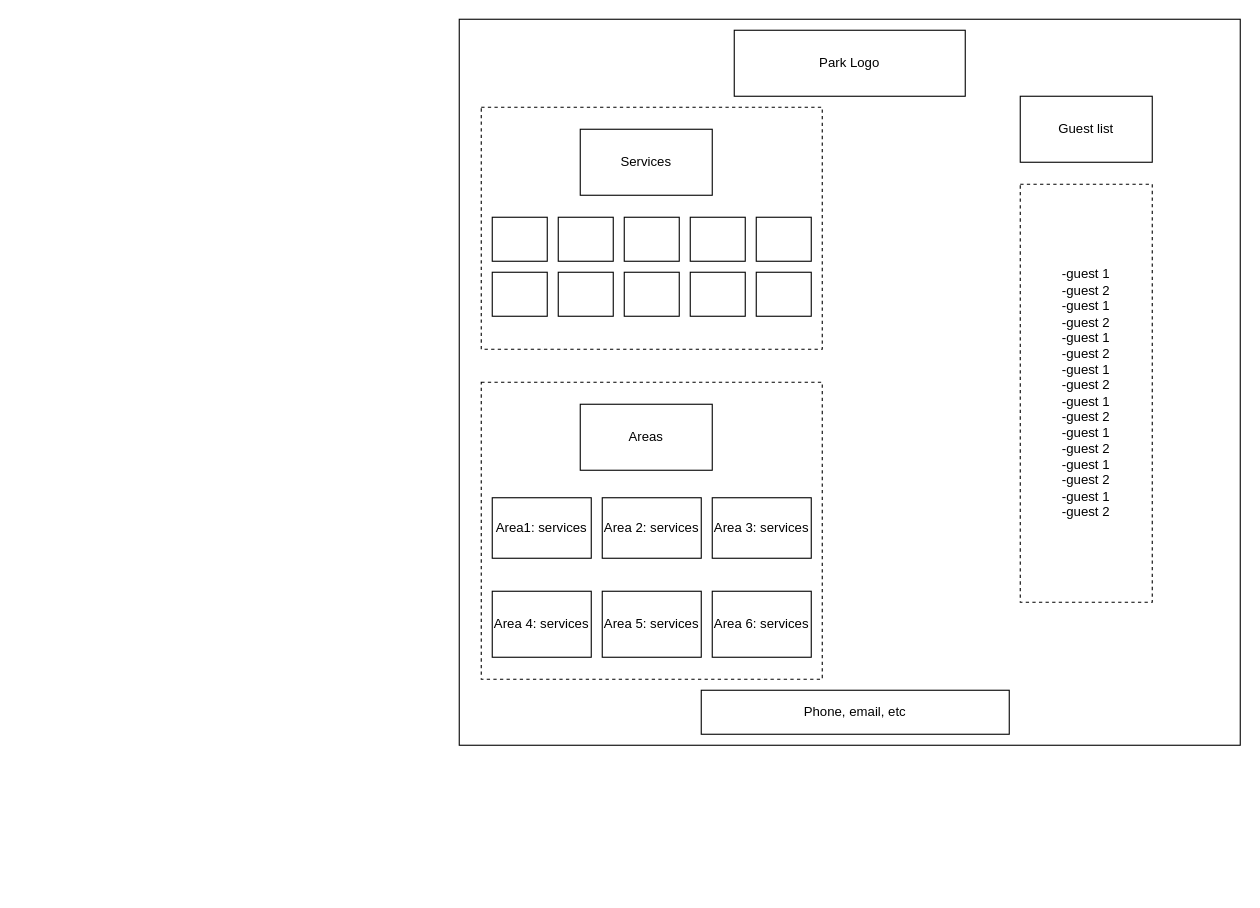
Before: website layout.drawio in nss-day-cohort-72/book-4-group-project-cider-falls-mtv-stars, a draw.io diagram. Source tidied: cells renumbered, new cells numbered last; positions are measured from the earlier drawing's top-left corner, leaving out a move shared by most shapes. Both pictures are drawn from the tidied source at 110%, with x=0, y=0 at pixel (459, 19).
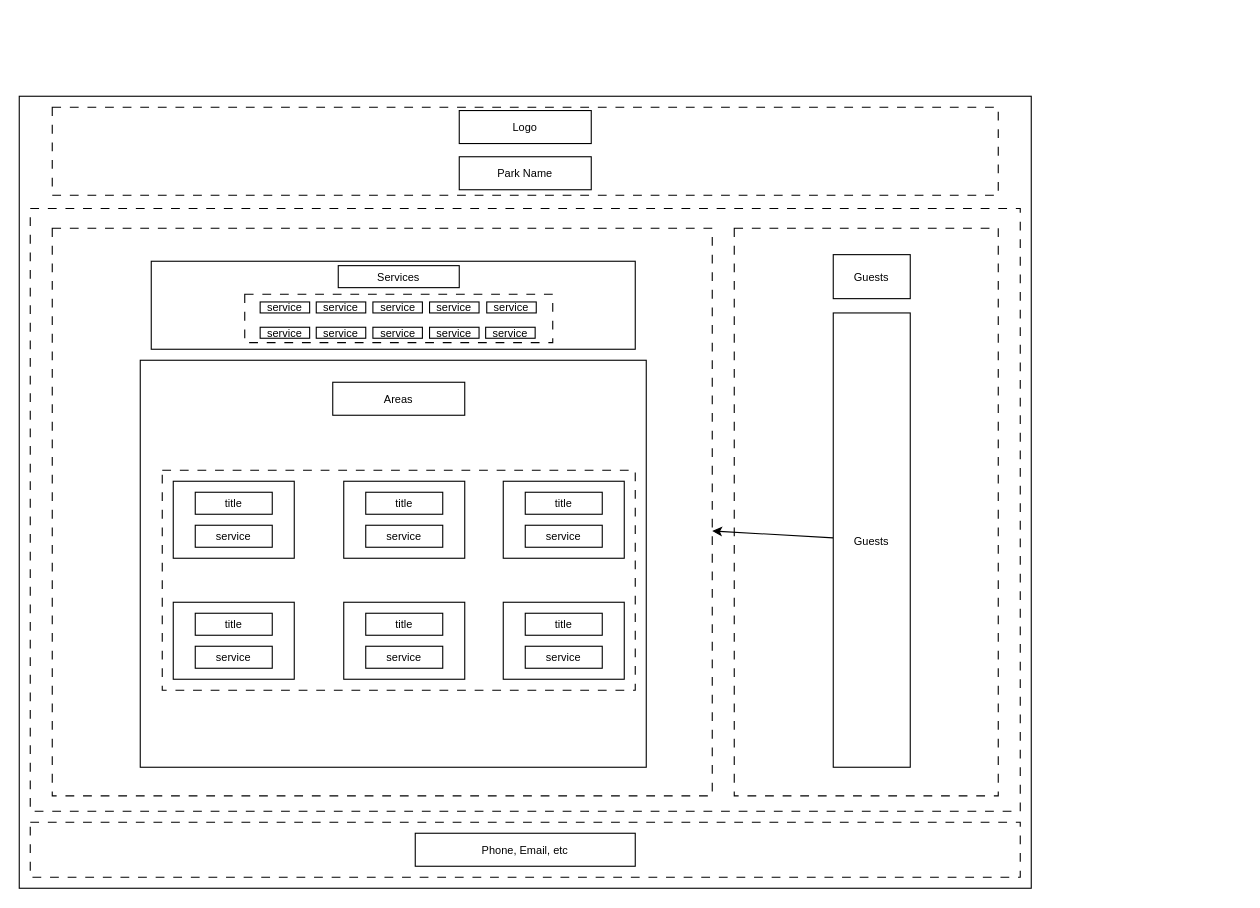
The same diagram, later.

The edit, as a diff of the source:
```diff
@@
-    <mxCell id="2" style="whiteSpace=wrap;html=1;" parent="1" vertex="1">
-      <mxGeometry width="710" height="660" as="geometry" />
-    </mxCell>
-    <mxCell id="3" style="whiteSpace=wrap;html=1;dashed=1;" parent="1" vertex="1">
-      <mxGeometry x="20" y="80" width="310" height="220" as="geometry" />
-    </mxCell>
-    <mxCell id="4" style="whiteSpace=wrap;html=1;dashed=1;" parent="1" vertex="1">
-      <mxGeometry x="20" y="330" width="310" height="270" as="geometry" />
-    </mxCell>
+    <mxCell id="27" style="whiteSpace=wrap;html=1;fontSize=10;" parent="1" vertex="1">
+      <mxGeometry x="-400" y="70" width="920" height="720" as="geometry" />
+    </mxCell>
+    <mxCell id="28" style="whiteSpace=wrap;html=1;dashed=1;dashPattern=8 8;fontSize=10;" parent="1" vertex="1">
+      <mxGeometry x="-390" y="730" width="900" height="50" as="geometry" />
+    </mxCell>
+    <mxCell id="29" style="whiteSpace=wrap;html=1;dashed=1;dashPattern=8 8;fontSize=10;" parent="1" vertex="1">
+      <mxGeometry x="-390" y="172" width="900" height="548" as="geometry" />
+    </mxCell>
+    <mxCell id="30" style="whiteSpace=wrap;html=1;dashed=1;dashPattern=8 8;fontSize=10;" parent="1" vertex="1">
+      <mxGeometry x="250" y="190" width="240" height="516" as="geometry" />
+    </mxCell>
+    <mxCell id="31" style="whiteSpace=wrap;html=1;dashed=1;dashPattern=8 8;fontSize=10;" parent="1" vertex="1">
+      <mxGeometry x="-370" y="190" width="600" height="516" as="geometry" />
+    </mxCell>
+    <mxCell id="32" style="whiteSpace=wrap;html=1;dashed=1;dashPattern=8 8;fontSize=10;" parent="1" vertex="1">
+      <mxGeometry x="-370" y="80" width="860" height="80" as="geometry" />
+    </mxCell>
+    <mxCell id="33" style="whiteSpace=wrap;html=1;fontSize=10;" parent="1" vertex="1">
+      <mxGeometry x="-280" y="220" width="440" height="80" as="geometry" />
+    </mxCell>
+    <mxCell id="34" value="Logo" style="whiteSpace=wrap;html=1;fontSize=10;" parent="1" vertex="1">
+      <mxGeometry y="83" width="120" height="30" as="geometry" />
+    </mxCell>
+    <mxCell id="35" value="Park Name" style="whiteSpace=wrap;html=1;fontSize=10;" parent="1" vertex="1">
+      <mxGeometry y="125" width="120" height="30" as="geometry" />
+    </mxCell>
+    <mxCell id="36" style="whiteSpace=wrap;html=1;fontSize=10;" parent="1" vertex="1">
+      <mxGeometry x="-290" y="310" width="460" height="370" as="geometry" />
+    </mxCell>
+    <mxCell id="37" style="whiteSpace=wrap;html=1;fontSize=10;dashed=1;dashPattern=8 8;" parent="1" vertex="1">
+      <mxGeometry x="-270" y="410" width="430" height="200" as="geometry" />
+    </mxCell>
+    <mxCell id="38" value="Phone, Email, etc" style="whiteSpace=wrap;html=1;fontSize=10;" parent="1" vertex="1">
+      <mxGeometry x="-40" y="740" width="200" height="30" as="geometry" />
+    </mxCell>
+    <mxCell id="39" value="Guests" style="whiteSpace=wrap;html=1;fontSize=10;" parent="1" vertex="1">
+      <mxGeometry x="340" y="214" width="70" height="40" as="geometry" />
+    </mxCell>
+    <mxCell id="40" style="edgeStyle=none;html=1;" parent="1" edge="1" source="41" target="31">
+      <mxGeometry relative="1" as="geometry" />
+    </mxCell>
+    <mxCell id="41" value="Guests" style="whiteSpace=wrap;html=1;fontSize=10;" parent="1" vertex="1">
+      <mxGeometry x="340" y="267" width="70" height="413" as="geometry" />
+    </mxCell>
+    <mxCell id="7" value="Areas" style="whiteSpace=wrap;html=1;fontSize=10;" parent="1" vertex="1">
+      <mxGeometry x="-115" y="330" width="120" height="30" as="geometry" />
+    </mxCell>
+    <mxCell id="42" style="whiteSpace=wrap;html=1;fontSize=10;" parent="1" vertex="1">
+      <mxGeometry x="-260" y="420" width="110" height="70" as="geometry" />
+    </mxCell>
+    <mxCell id="43" value="title" style="whiteSpace=wrap;html=1;fontSize=10;" parent="1" vertex="1">
+      <mxGeometry x="-240" y="430" width="70" height="20" as="geometry" />
+    </mxCell>
+    <mxCell id="44" value="service" style="whiteSpace=wrap;html=1;fontSize=10;" parent="1" vertex="1">
+      <mxGeometry x="-240" y="460" width="70" height="20" as="geometry" />
+    </mxCell>
+    <mxCell id="45" style="whiteSpace=wrap;html=1;fontSize=10;" parent="1" vertex="1">
+      <mxGeometry x="-105" y="420" width="110" height="70" as="geometry" />
+    </mxCell>
+    <mxCell id="46" value="title" style="whiteSpace=wrap;html=1;fontSize=10;" parent="1" vertex="1">
+      <mxGeometry x="-85" y="430" width="70" height="20" as="geometry" />
+    </mxCell>
+    <mxCell id="47" value="service" style="whiteSpace=wrap;html=1;fontSize=10;" parent="1" vertex="1">
+      <mxGeometry x="-85" y="460" width="70" height="20" as="geometry" />
+    </mxCell>
+    <mxCell id="48" style="whiteSpace=wrap;html=1;fontSize=10;" parent="1" vertex="1">
+      <mxGeometry x="40" y="420" width="110" height="70" as="geometry" />
+    </mxCell>
+    <mxCell id="49" value="title" style="whiteSpace=wrap;html=1;fontSize=10;" parent="1" vertex="1">
+      <mxGeometry x="60" y="430" width="70" height="20" as="geometry" />
+    </mxCell>
+    <mxCell id="50" value="service" style="whiteSpace=wrap;html=1;fontSize=10;" parent="1" vertex="1">
+      <mxGeometry x="60" y="460" width="70" height="20" as="geometry" />
+    </mxCell>
+    <mxCell id="51" style="whiteSpace=wrap;html=1;fontSize=10;" parent="1" vertex="1">
+      <mxGeometry x="-260" y="530" width="110" height="70" as="geometry" />
+    </mxCell>
+    <mxCell id="52" value="title" style="whiteSpace=wrap;html=1;fontSize=10;" parent="1" vertex="1">
+      <mxGeometry x="-240" y="540" width="70" height="20" as="geometry" />
+    </mxCell>
+    <mxCell id="53" value="service" style="whiteSpace=wrap;html=1;fontSize=10;" parent="1" vertex="1">
+      <mxGeometry x="-240" y="570" width="70" height="20" as="geometry" />
+    </mxCell>
+    <mxCell id="54" style="whiteSpace=wrap;html=1;fontSize=10;" parent="1" vertex="1">
+      <mxGeometry x="-105" y="530" width="110" height="70" as="geometry" />
+    </mxCell>
+    <mxCell id="55" value="title" style="whiteSpace=wrap;html=1;fontSize=10;" parent="1" vertex="1">
+      <mxGeometry x="-85" y="540" width="70" height="20" as="geometry" />
+    </mxCell>
+    <mxCell id="56" value="service" style="whiteSpace=wrap;html=1;fontSize=10;" parent="1" vertex="1">
+      <mxGeometry x="-85" y="570" width="70" height="20" as="geometry" />
+    </mxCell>
+    <mxCell id="57" style="whiteSpace=wrap;html=1;fontSize=10;" parent="1" vertex="1">
+      <mxGeometry x="40" y="530" width="110" height="70" as="geometry" />
+    </mxCell>
+    <mxCell id="58" value="title" style="whiteSpace=wrap;html=1;fontSize=10;" parent="1" vertex="1">
+      <mxGeometry x="60" y="540" width="70" height="20" as="geometry" />
+    </mxCell>
+    <mxCell id="59" value="service" style="whiteSpace=wrap;html=1;fontSize=10;" parent="1" vertex="1">
+      <mxGeometry x="60" y="570" width="70" height="20" as="geometry" />
+    </mxCell>
-    <mxCell id="5" value="Services" style="whiteSpace=wrap;html=1;" parent="1" vertex="1">
-      <mxGeometry x="110" y="100" width="120" height="60" as="geometry" />
+    <mxCell id="5" value="Services" style="whiteSpace=wrap;html=1;fontSize=10;" parent="1" vertex="1">
+      <mxGeometry x="-110" y="224" width="110" height="20" as="geometry" />
     </mxCell>
-    <mxCell id="6" style="whiteSpace=wrap;html=1;" parent="1" vertex="1">
-      <mxGeometry x="30" y="180" width="50" height="40" as="geometry" />
-    </mxCell>
-    <mxCell id="7" value="Areas" style="whiteSpace=wrap;html=1;" parent="1" vertex="1">
-      <mxGeometry x="110" y="350" width="120" height="60" as="geometry" />
-    </mxCell>
-    <mxCell id="8" value="Area1: services" style="whiteSpace=wrap;html=1;" parent="1" vertex="1">
-      <mxGeometry x="30" y="435" width="90" height="55" as="geometry" />
-    </mxCell>
-    <mxCell id="9" value="Area 4: services" style="whiteSpace=wrap;html=1;" parent="1" vertex="1">
-      <mxGeometry x="30" y="520" width="90" height="60" as="geometry" />
-    </mxCell>
-    <mxCell id="10" value="Area 5: services" style="whiteSpace=wrap;html=1;" parent="1" vertex="1">
-      <mxGeometry x="130" y="520" width="90" height="60" as="geometry" />
-    </mxCell>
-    <mxCell id="11" value="Area 2: services" style="whiteSpace=wrap;html=1;" parent="1" vertex="1">
-      <mxGeometry x="130" y="435" width="90" height="55" as="geometry" />
-    </mxCell>
-    <mxCell id="12" value="Area 3: services" style="whiteSpace=wrap;html=1;" parent="1" vertex="1">
-      <mxGeometry x="230" y="435" width="90" height="55" as="geometry" />
-    </mxCell>
-    <mxCell id="13" value="Area 6: services" style="whiteSpace=wrap;html=1;" parent="1" vertex="1">
-      <mxGeometry x="230" y="520" width="90" height="60" as="geometry" />
-    </mxCell>
-    <mxCell id="14" value="Phone, email, etc" style="whiteSpace=wrap;html=1;" parent="1" vertex="1">
-      <mxGeometry x="220" y="610" width="280" height="40" as="geometry" />
-    </mxCell>
-    <mxCell id="15" value="Guest list" style="whiteSpace=wrap;html=1;" parent="1" vertex="1">
-      <mxGeometry x="510" y="70" width="120" height="60" as="geometry" />
-    </mxCell>
-    <mxCell id="16" value="-guest 1&lt;br&gt;-guest 2&lt;br&gt;-guest 1&lt;br&gt;-guest 2&lt;br&gt;-guest 1&lt;br&gt;-guest 2&lt;br&gt;-guest 1&lt;br&gt;-guest 2&lt;br&gt;-guest 1&lt;br&gt;-guest 2&lt;br&gt;-guest 1&lt;br&gt;-guest 2&lt;br&gt;-guest 1&lt;br&gt;-guest 2&lt;br&gt;-guest 1&lt;br&gt;-guest 2" style="whiteSpace=wrap;html=1;dashed=1;" parent="1" vertex="1">
-      <mxGeometry x="510" y="150" width="120" height="380" as="geometry" />
-    </mxCell>
-    <mxCell id="17" style="whiteSpace=wrap;html=1;" parent="1" vertex="1">
-      <mxGeometry x="90" y="180" width="50" height="40" as="geometry" />
-    </mxCell>
-    <mxCell id="18" style="whiteSpace=wrap;html=1;" parent="1" vertex="1">
-      <mxGeometry x="150" y="180" width="50" height="40" as="geometry" />
-    </mxCell>
-    <mxCell id="19" style="whiteSpace=wrap;html=1;" parent="1" vertex="1">
-      <mxGeometry x="210" y="180" width="50" height="40" as="geometry" />
-    </mxCell>
-    <mxCell id="20" style="whiteSpace=wrap;html=1;" parent="1" vertex="1">
-      <mxGeometry x="270" y="180" width="50" height="40" as="geometry" />
-    </mxCell>
-    <mxCell id="21" style="whiteSpace=wrap;html=1;" parent="1" vertex="1">
-      <mxGeometry x="30" y="230" width="50" height="40" as="geometry" />
-    </mxCell>
-    <mxCell id="22" style="whiteSpace=wrap;html=1;" parent="1" vertex="1">
-      <mxGeometry x="90" y="230" width="50" height="40" as="geometry" />
-    </mxCell>
-    <mxCell id="23" style="whiteSpace=wrap;html=1;" parent="1" vertex="1">
-      <mxGeometry x="150" y="230" width="50" height="40" as="geometry" />
-    </mxCell>
-    <mxCell id="24" style="whiteSpace=wrap;html=1;" parent="1" vertex="1">
-      <mxGeometry x="210" y="230" width="50" height="40" as="geometry" />
-    </mxCell>
-    <mxCell id="25" style="whiteSpace=wrap;html=1;" parent="1" vertex="1">
-      <mxGeometry x="270" y="230" width="50" height="40" as="geometry" />
-    </mxCell>
-    <mxCell id="26" value="Park Logo" style="whiteSpace=wrap;html=1;" parent="1" vertex="1">
-      <mxGeometry x="250" y="10" width="210" height="60" as="geometry" />
-    </mxCell>
+    <mxCell id="60" style="whiteSpace=wrap;html=1;fontSize=10;dashed=1;dashPattern=8 8;" parent="1" vertex="1">
+      <mxGeometry x="-195" y="250" width="280" height="44" as="geometry" />
+    </mxCell>
+    <mxCell id="61" value="service" style="whiteSpace=wrap;html=1;fontSize=10;" parent="1" vertex="1">
+      <mxGeometry x="-181" y="257" width="45" height="10" as="geometry" />
+    </mxCell>
+    <mxCell id="62" value="service" style="whiteSpace=wrap;html=1;fontSize=10;" parent="1" vertex="1">
+      <mxGeometry x="-181" y="280" width="45" height="10" as="geometry" />
+    </mxCell>
+    <mxCell id="63" value="service" style="whiteSpace=wrap;html=1;fontSize=10;" parent="1" vertex="1">
+      <mxGeometry x="-130" y="257" width="45" height="10" as="geometry" />
+    </mxCell>
+    <mxCell id="64" value="service" style="whiteSpace=wrap;html=1;fontSize=10;" parent="1" vertex="1">
+      <mxGeometry x="-78.5" y="257" width="45" height="10" as="geometry" />
+    </mxCell>
+    <mxCell id="65" value="service" style="whiteSpace=wrap;html=1;fontSize=10;" parent="1" vertex="1">
+      <mxGeometry x="-27" y="257" width="45" height="10" as="geometry" />
+    </mxCell>
+    <mxCell id="66" value="service" style="whiteSpace=wrap;html=1;fontSize=10;" parent="1" vertex="1">
+      <mxGeometry x="25" y="257" width="45" height="10" as="geometry" />
+    </mxCell>
+    <mxCell id="67" value="service" style="whiteSpace=wrap;html=1;fontSize=10;" parent="1" vertex="1">
+      <mxGeometry x="-130" y="280" width="45" height="10" as="geometry" />
+    </mxCell>
+    <mxCell id="68" value="service" style="whiteSpace=wrap;html=1;fontSize=10;" parent="1" vertex="1">
+      <mxGeometry x="-78.5" y="280" width="45" height="10" as="geometry" />
+    </mxCell>
+    <mxCell id="69" value="service" style="whiteSpace=wrap;html=1;fontSize=10;" parent="1" vertex="1">
+      <mxGeometry x="-27" y="280" width="45" height="10" as="geometry" />
+    </mxCell>
+    <mxCell id="70" value="service" style="whiteSpace=wrap;html=1;fontSize=10;" parent="1" vertex="1">
+      <mxGeometry x="24" y="280" width="45" height="10" as="geometry" />
+    </mxCell>
```
